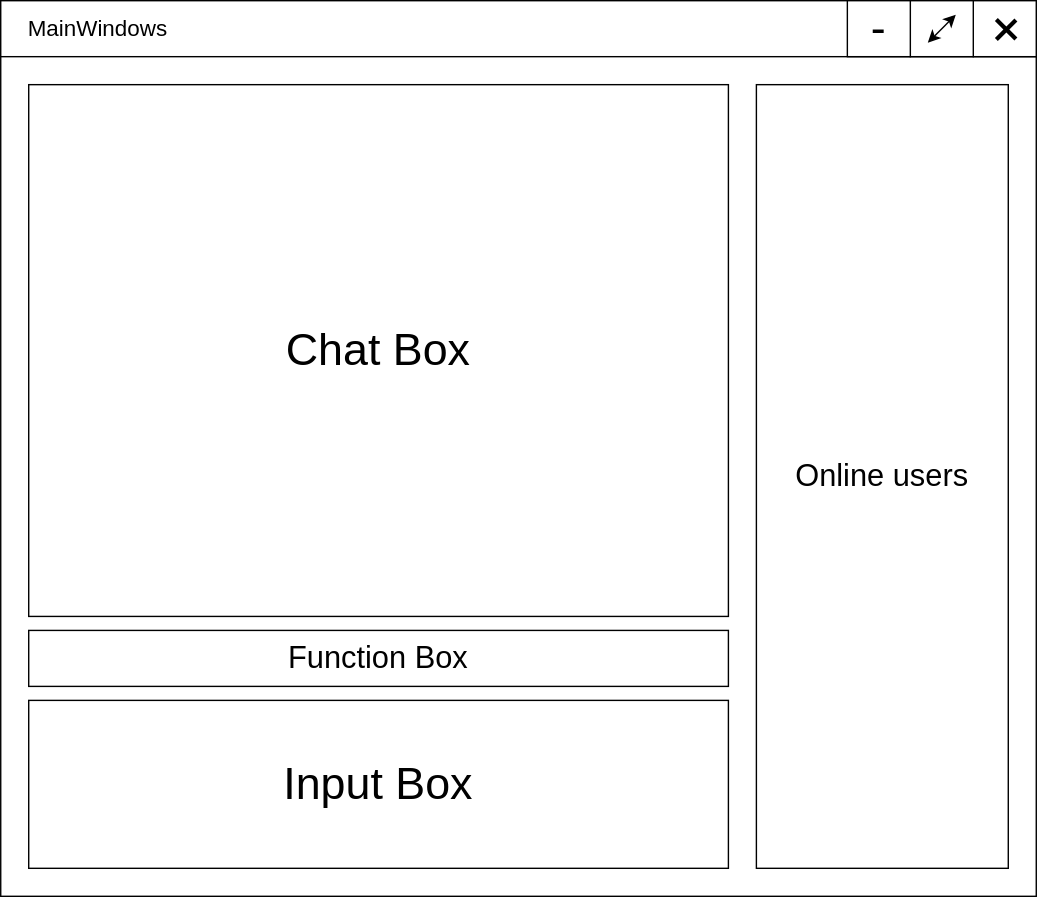
This is doc/pic/README/chat_widget.svg from NekoSilverFox/PolyChat, a draw.io export, as it was before one commit. Source tidied: cells renumbered, new cells last; positions are measured from the earlier drawing's top-left corner, leaving out a move shared by most shapes.
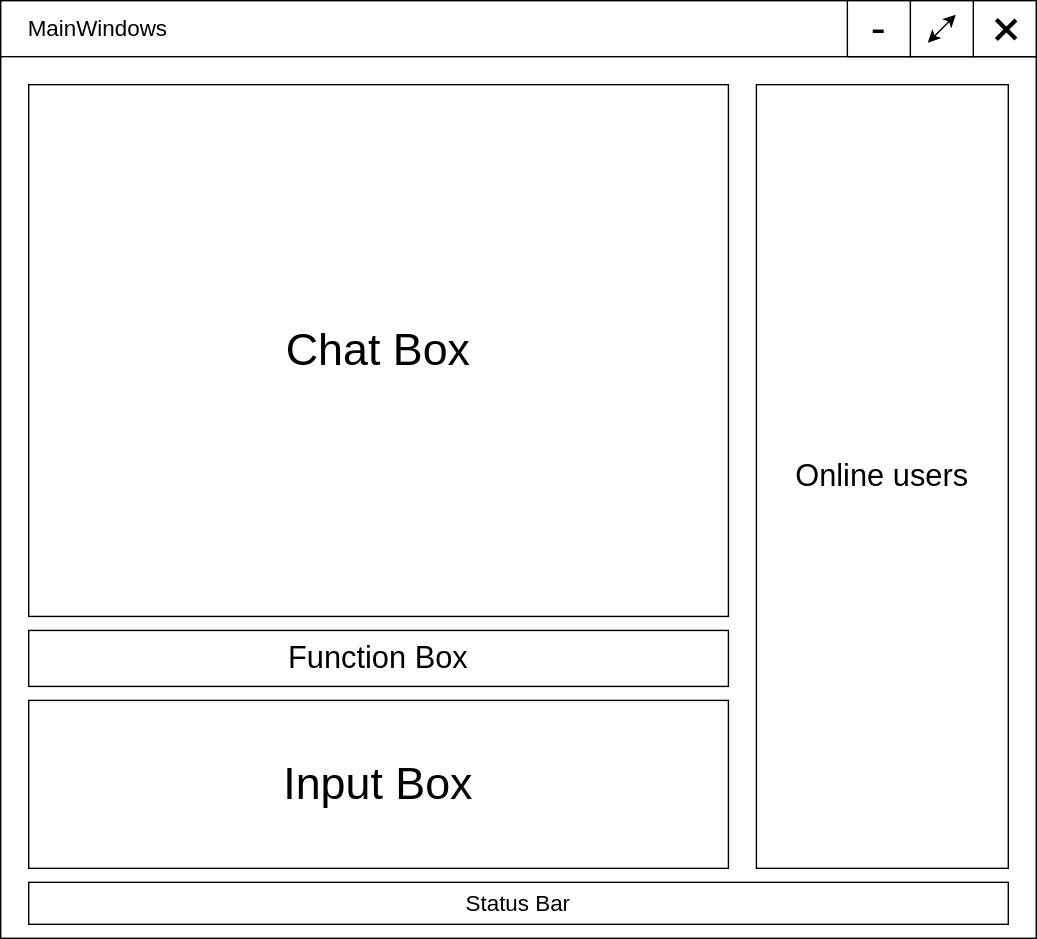
Later version of the same file.

Change to the diagram source:
```diff
@@ -3,7 +3,7 @@
     <mxCell id="0" />
     <mxCell id="1" parent="0" />
     <mxCell id="2" style="rounded=0;whiteSpace=wrap;html=1;" parent="1" vertex="1">
-      <mxGeometry width="740" height="640" as="geometry" />
+      <mxGeometry width="740" height="670" as="geometry" />
     </mxCell>
     <mxCell id="3" value="&lt;font style=&quot;font-size: 32px&quot;&gt;Chat Box&lt;/font&gt;" style="rounded=0;whiteSpace=wrap;html=1;" parent="1" vertex="1">
       <mxGeometry x="20" y="60" width="500" height="380" as="geometry" />
@@ -44,5 +44,8 @@
     <mxCell id="14" style="line;strokeWidth=3;html=1;fontSize=20;rotation=-225;" parent="12" vertex="1">
       <mxGeometry x="-2.4" y="7.1" width="19.8" height="1.4" as="geometry" />
     </mxCell>
+    <mxCell id="15" value="&lt;span lang=&quot;EN-US&quot; style=&quot;font-size: 12pt&quot;&gt;Status Bar&lt;/span&gt;&lt;span style=&quot;font-size: medium&quot;&gt;&lt;/span&gt;" style="rounded=0;whiteSpace=wrap;html=1;" parent="1" vertex="1">
+      <mxGeometry x="20" y="630" width="700" height="30" as="geometry" />
+    </mxCell>
   </root>
 </mxGraphModel>
```
